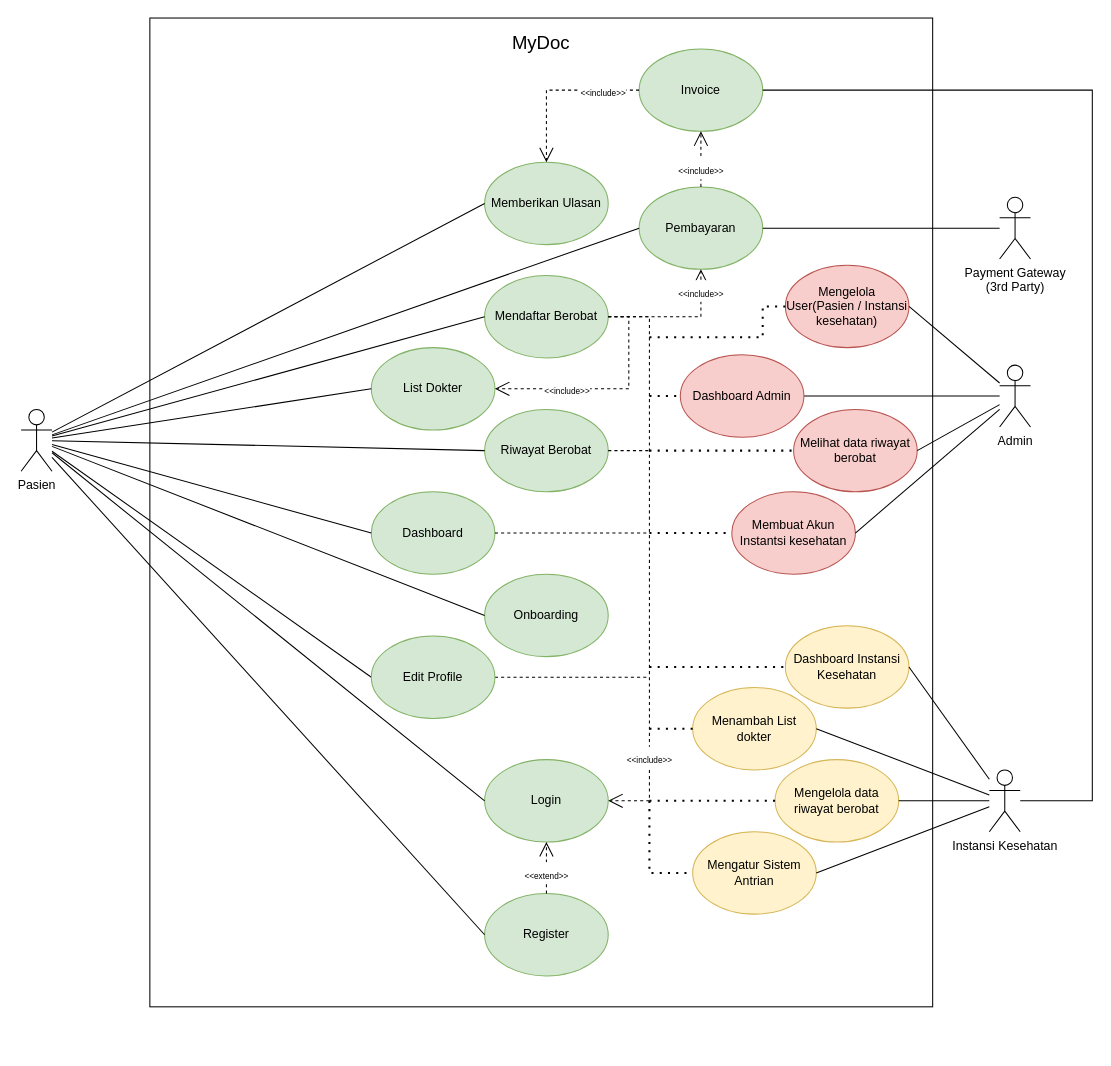
Before: page "Revisi 1.1" (2 of 2) of documents/usecase_diagram.drawio in codernewbie04/MyDoc, a draw.io diagram. Source tidied: cells renumbered, new cells numbered last; positions are measured from the earlier drawing's top-left corner, leaving out a move shared by most shapes. Both pictures are drawn from the tidied source at 103%, with x=0, y=0 at pixel (21, 18).
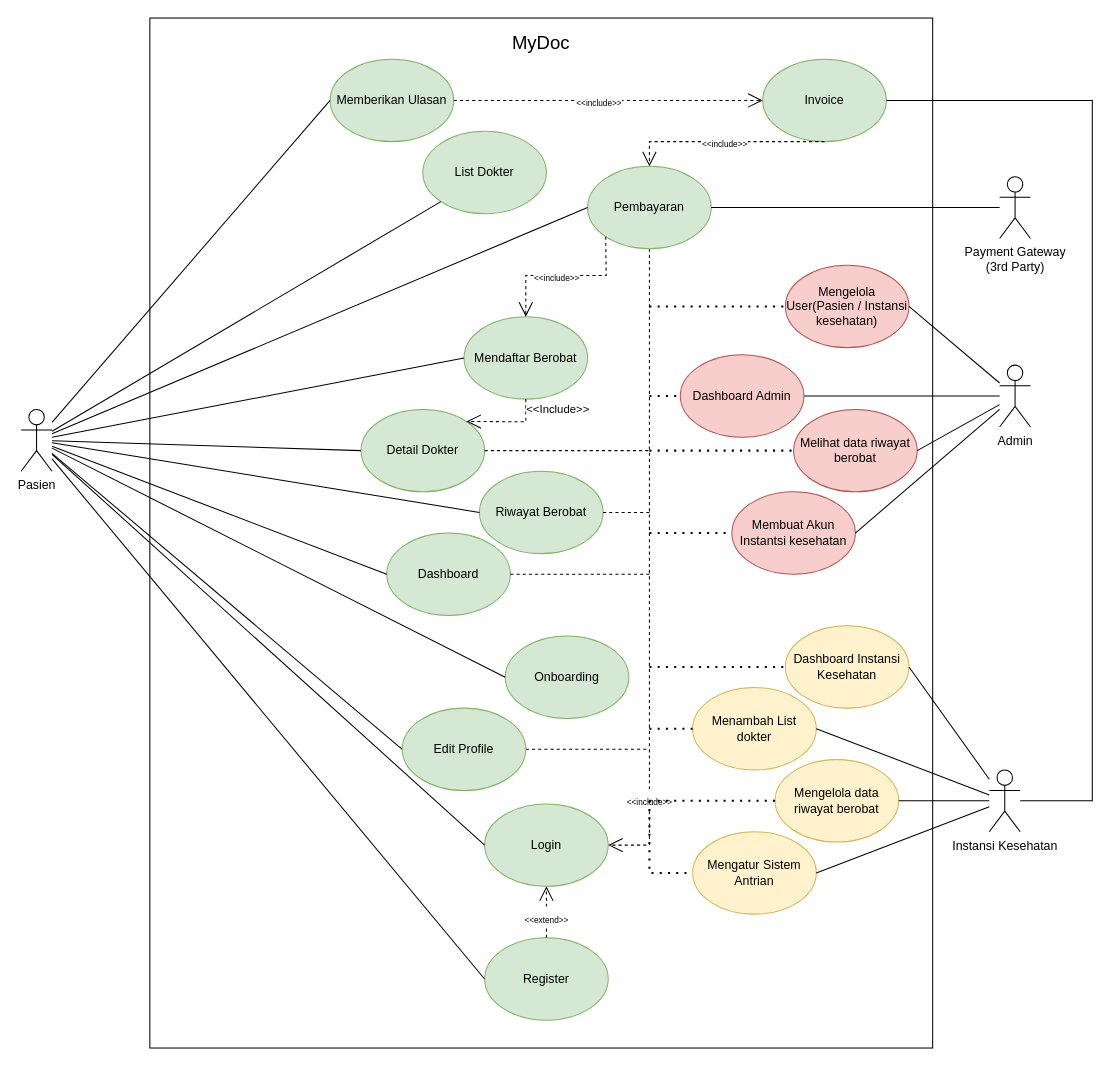
The same page after the edit.

The change refers to these unchanged cells:
```xml
<mxCell id="4" value="Pasien" style="shape=umlActor;verticalLabelPosition=bottom;verticalAlign=top;html=1;outlineConnect=0;" parent="1" vertex="1">
  <mxGeometry y="380" width="30" height="60" as="geometry" />
</mxCell>
<mxCell id="5" value="Instansi Kesehatan" style="shape=umlActor;verticalLabelPosition=bottom;verticalAlign=top;html=1;outlineConnect=0;" parent="1" vertex="1">
  <mxGeometry x="940" y="730" width="30" height="60" as="geometry" />
</mxCell>
<mxCell id="38" value="Mengelola User(Pasien / Instansi kesehatan)" style="ellipse;whiteSpace=wrap;html=1;fillColor=#f8cecc;strokeColor=#b85450;" parent="1" vertex="1">
  <mxGeometry x="742" y="240" width="120" height="80" as="geometry" />
</mxCell>
```

Diff of the diagram source:
```diff
@@
     <mxCell id="2" style="rounded=0;whiteSpace=wrap;html=1;" parent="1" vertex="1">
-      <mxGeometry x="125" width="760" height="960" as="geometry" />
+      <mxGeometry x="125" width="760" height="1000" as="geometry" />
     </mxCell>
@@
     <mxCell id="7" value="Login" style="ellipse;whiteSpace=wrap;html=1;fillColor=#d5e8d4;strokeColor=#82b366;" parent="1" vertex="1">
-      <mxGeometry x="450" y="720" width="120" height="80" as="geometry" />
+      <mxGeometry x="450" y="763" width="120" height="80" as="geometry" />
     </mxCell>
     <mxCell id="8" value="Register" style="ellipse;whiteSpace=wrap;html=1;fillColor=#d5e8d4;strokeColor=#82b366;" parent="1" vertex="1">
-      <mxGeometry x="450" y="850" width="120" height="80" as="geometry" />
+      <mxGeometry x="450" y="893" width="120" height="80" as="geometry" />
     </mxCell>
@@
     <mxCell id="12" value="Onboarding" style="ellipse;whiteSpace=wrap;html=1;fillColor=#d5e8d4;strokeColor=#82b366;" parent="1" vertex="1">
-      <mxGeometry x="450" y="540" width="120" height="80" as="geometry" />
+      <mxGeometry x="470" y="600" width="120" height="80" as="geometry" />
     </mxCell>
@@
     <mxCell id="14" value="Dashboard" style="ellipse;whiteSpace=wrap;html=1;fillColor=#d5e8d4;strokeColor=#82b366;" parent="1" vertex="1">
-      <mxGeometry x="340" y="460" width="120" height="80" as="geometry" />
+      <mxGeometry x="355" y="500" width="120" height="80" as="geometry" />
     </mxCell>
@@
     <mxCell id="16" value="Riwayat Berobat" style="ellipse;whiteSpace=wrap;html=1;fillColor=#d5e8d4;strokeColor=#82b366;" parent="1" vertex="1">
-      <mxGeometry x="450" y="380" width="120" height="80" as="geometry" />
+      <mxGeometry x="445" y="440" width="120" height="80" as="geometry" />
     </mxCell>
@@
-    <mxCell id="18" value="List Dokter" style="ellipse;whiteSpace=wrap;html=1;fillColor=#d5e8d4;strokeColor=#82b366;" parent="1" vertex="1">
-      <mxGeometry x="340" y="320" width="120" height="80" as="geometry" />
+    <mxCell id="18" value="Detail Dokter" style="ellipse;whiteSpace=wrap;html=1;fillColor=#d5e8d4;strokeColor=#82b366;" parent="1" vertex="1">
+      <mxGeometry x="330" y="380" width="120" height="80" as="geometry" />
     </mxCell>
@@
     <mxCell id="20" value="Mendaftar Berobat" style="ellipse;whiteSpace=wrap;html=1;fillColor=#d5e8d4;strokeColor=#82b366;" parent="1" vertex="1">
-      <mxGeometry x="450" y="250" width="120" height="80" as="geometry" />
+      <mxGeometry x="430" y="290" width="120" height="80" as="geometry" />
     </mxCell>
-    <mxCell id="21" value="&lt;font style=&quot;font-size: 8px;&quot;&gt;&amp;lt;&amp;lt;include&amp;gt;&amp;gt;&lt;/font&gt;" style="endArrow=open;endSize=12;dashed=1;html=1;rounded=0;fontSize=18;exitX=1;exitY=0.5;exitDx=0;exitDy=0;entryX=1;entryY=0.5;entryDx=0;entryDy=0;" parent="1" edge="1" source="20" target="18">
-      <mxGeometry x="0.36" relative="1" as="geometry">
-        <Array as="points">
-          <mxPoint x="590" y="290" />
-          <mxPoint x="590" y="360" />
-        </Array>
-      </mxGeometry>
-    </mxCell>
@@
-    <mxCell id="23" value="&lt;font style=&quot;font-size: 8px;&quot;&gt;&amp;lt;&amp;lt;include&amp;gt;&amp;gt;&lt;/font&gt;" style="endArrow=open;endSize=12;dashed=1;html=1;rounded=0;fontSize=18;exitX=1;exitY=0.5;exitDx=0;exitDy=0;entryX=1;entryY=0.5;entryDx=0;entryDy=0;" parent="1" edge="1" source="20" target="7">
-      <mxGeometry x="0.7" relative="1" as="geometry">
+    <mxCell id="23" value="&lt;font style=&quot;font-size: 8px;&quot;&gt;&amp;lt;&amp;lt;include&amp;gt;&amp;gt;&lt;/font&gt;" style="endArrow=open;endSize=12;dashed=1;html=1;rounded=0;fontSize=18;entryX=1;entryY=0.5;entryDx=0;entryDy=0;exitX=0.5;exitY=1;exitDx=0;exitDy=0;" parent="1" edge="1" source="27" target="7">
+      <mxGeometry x="0.73" relative="1" as="geometry">
         <Array as="points">
-          <mxPoint x="610" y="290" />
-          <mxPoint x="610" y="760" />
+          <mxPoint x="610" y="333" />
+          <mxPoint x="610" y="803" />
         </Array>
       </mxGeometry>
     </mxCell>
     <mxCell id="24" style="endArrow=none;dashed=1;html=1;rounded=0;fontSize=8;exitX=1;exitY=0.5;exitDx=0;exitDy=0;" parent="1" edge="1" source="16">
       <mxGeometry relative="1" as="geometry">
-        <mxPoint x="610" y="420" as="targetPoint" />
+        <mxPoint x="610" y="480" as="targetPoint" />
       </mxGeometry>
     </mxCell>
     <mxCell id="25" style="endArrow=none;dashed=1;html=1;rounded=0;fontSize=8;exitX=1;exitY=0.5;exitDx=0;exitDy=0;" parent="1" edge="1" source="14">
       <mxGeometry relative="1" as="geometry">
-        <mxPoint x="610" y="500" as="targetPoint" />
+        <mxPoint x="610" y="540" as="targetPoint" />
       </mxGeometry>
     </mxCell>
     <mxCell id="26" style="endArrow=none;dashed=1;html=1;rounded=0;fontSize=8;exitX=1;exitY=0.5;exitDx=0;exitDy=0;" parent="1" edge="1" source="36">
       <mxGeometry relative="1" as="geometry">
-        <mxPoint x="610" y="640" as="targetPoint" />
+        <mxPoint x="610" y="710" as="targetPoint" />
       </mxGeometry>
     </mxCell>
     <mxCell id="27" value="Pembayaran" style="ellipse;whiteSpace=wrap;html=1;fillColor=#d5e8d4;strokeColor=#82b366;" parent="1" vertex="1">
-      <mxGeometry x="600" y="164" width="120" height="80" as="geometry" />
+      <mxGeometry x="550" y="144" width="120" height="80" as="geometry" />
     </mxCell>
     <mxCell id="28" value="Payment Gateway&lt;br&gt;(3rd Party)" style="shape=umlActor;verticalLabelPosition=bottom;verticalAlign=top;html=1;outlineConnect=0;" parent="1" vertex="1">
-      <mxGeometry x="950" y="174" width="30" height="60" as="geometry" />
+      <mxGeometry x="950" y="154" width="30" height="60" as="geometry" />
     </mxCell>
-    <mxCell id="29" value="&lt;font style=&quot;font-size: 8px; line-height: 0.8;&quot;&gt;&amp;lt;&amp;lt;include&amp;gt;&amp;gt;&lt;/font&gt;" style="endArrow=open;endSize=12;dashed=1;html=1;rounded=0;fontSize=18;entryX=0.5;entryY=1;entryDx=0;entryDy=0;" parent="1" edge="1" target="27">
-      <mxGeometry x="0.69" relative="1" as="geometry">
-        <mxPoint x="570" y="290" as="sourcePoint" />
+    <mxCell id="29" value="&lt;font style=&quot;font-size: 8px; line-height: 0.8;&quot;&gt;&amp;lt;&amp;lt;include&amp;gt;&amp;gt;&lt;/font&gt;" style="endArrow=open;endSize=12;dashed=1;html=1;rounded=0;fontSize=18;exitX=0;exitY=1;exitDx=0;exitDy=0;entryX=0.5;entryY=0;entryDx=0;entryDy=0;" parent="1" edge="1" source="27" target="20">
+      <mxGeometry x="0.1" relative="1" as="geometry">
         <Array as="points">
-          <mxPoint x="660" y="290" />
+          <mxPoint x="568" y="250" />
+          <mxPoint x="490" y="250" />
         </Array>
       </mxGeometry>
     </mxCell>
@@
     <mxCell id="31" value="Invoice" style="ellipse;whiteSpace=wrap;html=1;fillColor=#d5e8d4;strokeColor=#82b366;" parent="1" vertex="1">
-      <mxGeometry x="600" y="30" width="120" height="80" as="geometry" />
+      <mxGeometry x="720" y="40" width="120" height="80" as="geometry" />
     </mxCell>
     <mxCell id="32" value="Memberikan Ulasan" style="ellipse;whiteSpace=wrap;html=1;fillColor=#d5e8d4;strokeColor=#82b366;" parent="1" vertex="1">
-      <mxGeometry x="450" y="140" width="120" height="80" as="geometry" />
+      <mxGeometry x="300" y="40" width="120" height="80" as="geometry" />
     </mxCell>
-    <mxCell id="33" value="&lt;font style=&quot;font-size: 8px;&quot;&gt;&amp;lt;&amp;lt;include&amp;gt;&amp;gt;&lt;/font&gt;" style="endArrow=open;endSize=12;dashed=1;html=1;rounded=0;fontSize=18;entryX=0.5;entryY=1;entryDx=0;entryDy=0;exitX=0.5;exitY=0;exitDx=0;exitDy=0;" parent="1" edge="1" source="27" target="31">
-      <mxGeometry x="-0.33" relative="1" as="geometry" />
+    <mxCell id="33" value="&lt;font style=&quot;font-size: 8px;&quot;&gt;&amp;lt;&amp;lt;include&amp;gt;&amp;gt;&lt;/font&gt;" style="endArrow=open;endSize=12;dashed=1;html=1;rounded=0;fontSize=18;exitX=0.5;exitY=1;exitDx=0;exitDy=0;entryX=0.5;entryY=0;entryDx=0;entryDy=0;" parent="1" edge="1" source="31" target="27">
+      <mxGeometry relative="1" as="geometry">
+        <Array as="points">
+          <mxPoint x="610" y="120" />
+        </Array>
+      </mxGeometry>
     </mxCell>
-    <mxCell id="34" value="&lt;font style=&quot;font-size: 8px;&quot;&gt;&amp;lt;&amp;lt;include&amp;gt;&amp;gt;&lt;/font&gt;" style="endArrow=open;endSize=12;dashed=1;html=1;rounded=0;fontSize=18;entryX=0.5;entryY=0;entryDx=0;entryDy=0;exitX=0;exitY=0.5;exitDx=0;exitDy=0;" parent="1" edge="1" source="31" target="32">
-      <mxGeometry x="-0.56" relative="1" as="geometry">
-        <Array as="points">
-          <mxPoint x="510" y="70" />
-        </Array>
-      </mxGeometry>
+    <mxCell id="34" value="&lt;font style=&quot;font-size: 8px;&quot;&gt;&amp;lt;&amp;lt;include&amp;gt;&amp;gt;&lt;/font&gt;" style="endArrow=open;endSize=12;dashed=1;html=1;rounded=0;fontSize=18;entryX=0;entryY=0.5;entryDx=0;entryDy=0;" parent="1" edge="1" source="32" target="31">
+      <mxGeometry x="-0.06" relative="1" as="geometry" />
     </mxCell>
@@
     <mxCell id="36" value="Edit Profile" style="ellipse;whiteSpace=wrap;html=1;fillColor=#d5e8d4;strokeColor=#82b366;" parent="1" vertex="1">
-      <mxGeometry x="340" y="600" width="120" height="80" as="geometry" />
+      <mxGeometry x="370" y="670" width="120" height="80" as="geometry" />
     </mxCell>
@@
     <mxCell id="48" style="endArrow=none;html=1;rounded=0;fontSize=8;exitX=1;exitY=0.5;exitDx=0;exitDy=0;" parent="1" edge="1" source="31" target="5">
       <mxGeometry relative="1" as="geometry">
         <Array as="points">
-          <mxPoint x="1040" y="70" />
+          <mxPoint x="1040" y="80" />
           <mxPoint x="1040" y="760" />
         </Array>
       </mxGeometry>
     </mxCell>
@@
     <mxCell id="57" style="endArrow=none;dashed=1;html=1;dashPattern=1 3;strokeWidth=2;rounded=0;entryX=0;entryY=0.5;entryDx=0;entryDy=0;" parent="1" edge="1" target="38">
       <mxGeometry relative="1" as="geometry">
-        <mxPoint x="610" y="310" as="sourcePoint" />
-        <Array as="points">
-          <mxPoint x="720" y="310" />
-          <mxPoint x="720" y="280" />
-        </Array>
+        <mxPoint x="610" y="280" as="sourcePoint" />
       </mxGeometry>
     </mxCell>
@@
+    <mxCell id="64" value="List Dokter" style="ellipse;whiteSpace=wrap;html=1;fillColor=#d5e8d4;strokeColor=#82b366;" parent="1" vertex="1">
+      <mxGeometry x="390" y="110" width="120" height="80" as="geometry" />
+    </mxCell>
+    <mxCell id="65" style="endArrow=none;html=1;rounded=0;fontSize=8;exitX=0;exitY=1;exitDx=0;exitDy=0;" parent="1" edge="1" source="64" target="4">
+      <mxGeometry relative="1" as="geometry" />
+    </mxCell>
+    <mxCell id="21" style="endArrow=open;endSize=12;dashed=1;html=1;rounded=0;fontSize=18;exitX=0.5;exitY=1;exitDx=0;exitDy=0;entryX=1;entryY=0;entryDx=0;entryDy=0;" parent="1" edge="1" source="20" target="18">
+      <mxGeometry x="-0.71" relative="1" as="geometry">
+        <Array as="points">
+          <mxPoint x="490" y="392" />
+        </Array>
+      </mxGeometry>
+    </mxCell>
+    <mxCell id="66" value="&amp;lt;&amp;lt;Include&amp;gt;&amp;gt;" style="edgeLabel;html=1;align=center;verticalAlign=middle;" parent="21" vertex="1">
+      <mxGeometry y="-1" relative="1" as="geometry">
+        <mxPoint x="48" y="-11" as="offset" />
+      </mxGeometry>
+    </mxCell>
+    <mxCell id="67" style="endArrow=none;dashed=1;html=1;rounded=0;fontSize=8;exitX=1;exitY=0.5;exitDx=0;exitDy=0;" parent="1" edge="1" source="18">
+      <mxGeometry relative="1" as="geometry">
+        <mxPoint x="610" y="420" as="targetPoint" />
+      </mxGeometry>
+    </mxCell>
```
